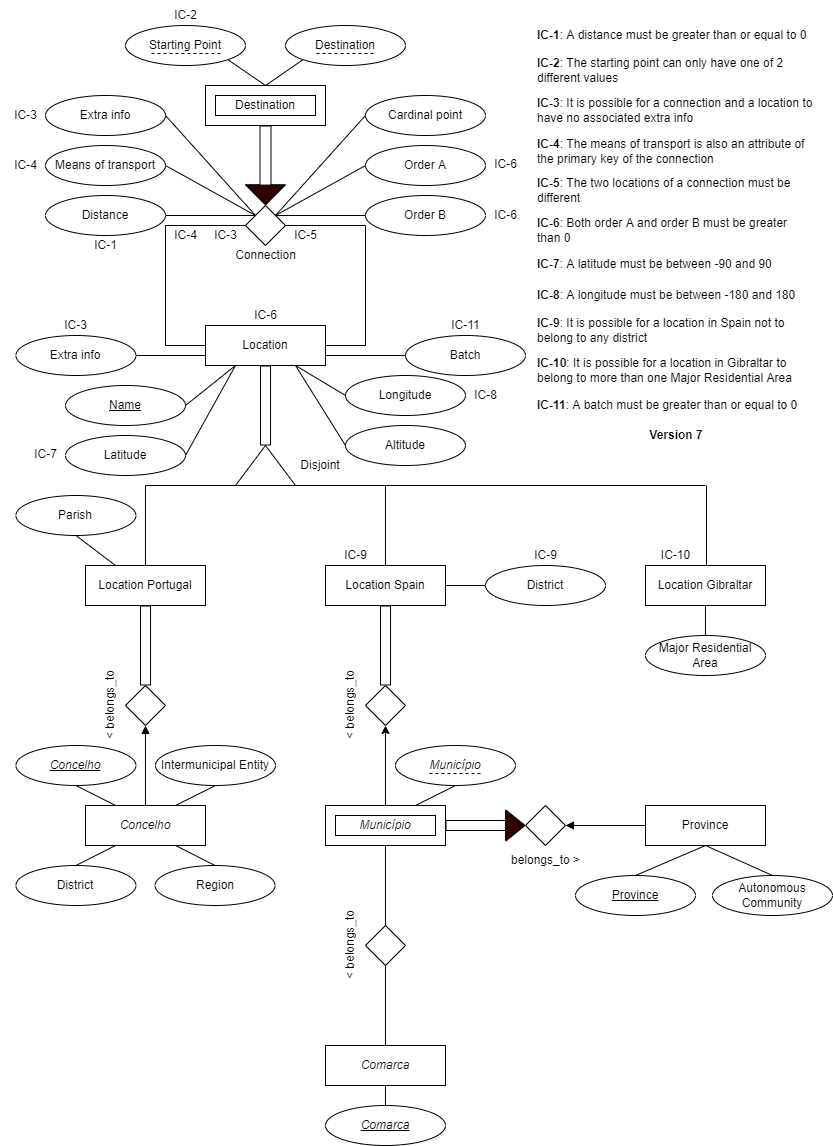
Earlier version of the draw.io export src/travel/database/e_r_diagram.png (migueldgoncalves/Viajar). Source tidied: cells renumbered, new cells last; positions are measured from the earlier drawing's top-left corner, leaving out a move shared by most shapes.
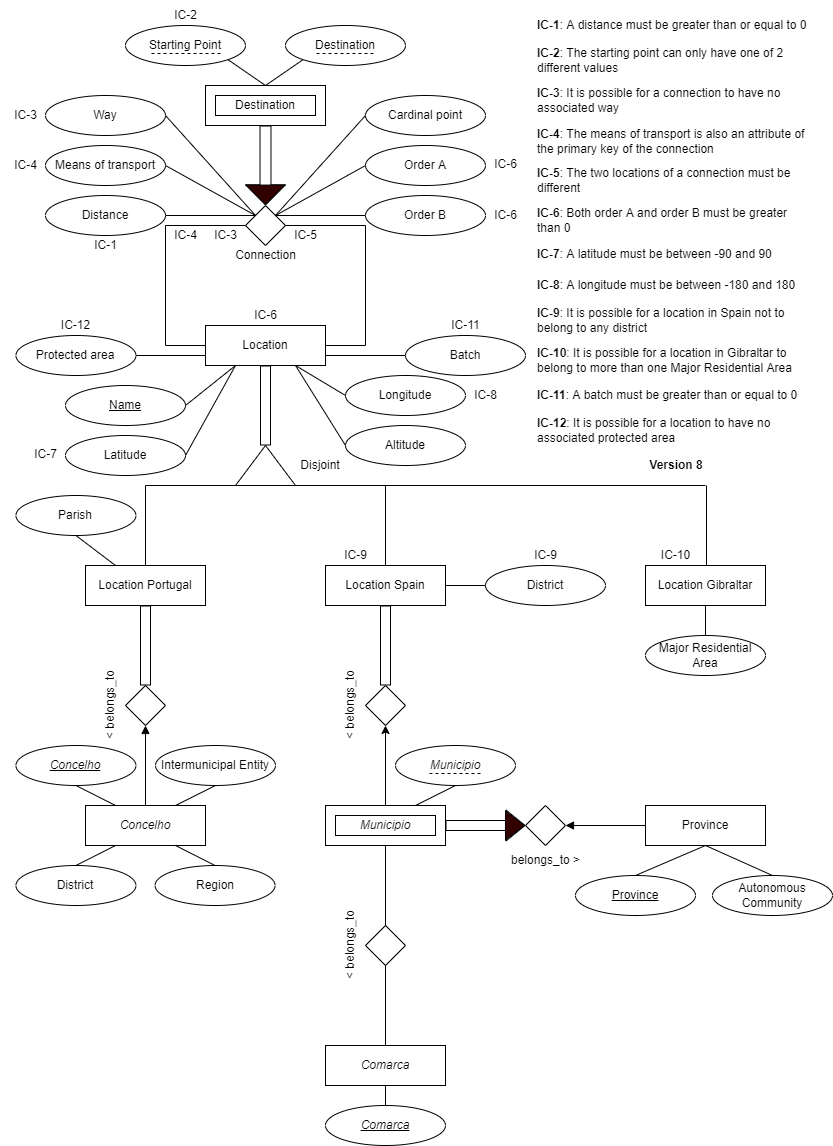
After the change.

Diff of the diagram source:
```diff
@@ -20,7 +20,7 @@
     <mxCell id="7" style="edgeStyle=none;rounded=1;jumpStyle=none;jettySize=auto;html=1;exitX=0.75;exitY=0;exitDx=0;exitDy=0;entryX=0.5;entryY=1;entryDx=0;entryDy=0;endArrow=none;endFill=0;" parent="1" edge="1" source="8" target="116">
       <mxGeometry relative="1" as="geometry" />
     </mxCell>
-    <mxCell id="8" value="&lt;i&gt;Município&lt;/i&gt;" style="rounded=0;whiteSpace=wrap;html=1;" parent="1" vertex="1">
+    <mxCell id="8" value="&lt;i&gt;Municipio&lt;/i&gt;" style="rounded=0;whiteSpace=wrap;html=1;" parent="1" vertex="1">
       <mxGeometry x="325" y="805" width="120" height="40" as="geometry" />
     </mxCell>
     <mxCell id="9" style="edgeStyle=orthogonalEdgeStyle;rounded=0;jettySize=auto;html=1;exitX=0;exitY=0.75;exitDx=0;exitDy=0;entryX=1;entryY=0.5;entryDx=0;entryDy=0;endArrow=none;endFill=0;" parent="1" edge="1" source="11" target="100">
@@ -196,7 +196,7 @@
     <mxCell id="57" value="Distance" style="ellipse;whiteSpace=wrap;html=1;fillColor=none;" parent="1" vertex="1">
       <mxGeometry x="45" y="195" width="120" height="40" as="geometry" />
     </mxCell>
-    <mxCell id="58" value="Extra info" style="ellipse;whiteSpace=wrap;html=1;fillColor=none;" parent="1" vertex="1">
+    <mxCell id="58" value="Way" style="ellipse;whiteSpace=wrap;html=1;fillColor=none;" parent="1" vertex="1">
       <mxGeometry x="45" y="95" width="120" height="40" as="geometry" />
     </mxCell>
     <mxCell id="59" value="Means of transport" style="ellipse;whiteSpace=wrap;html=1;fillColor=none;" parent="1" vertex="1">
@@ -269,19 +269,19 @@
       </mxGeometry>
     </mxCell>
     <mxCell id="80" value="&lt;b&gt;IC-1&lt;/b&gt;: A distance must be greater than or equal to 0" style="text;html=1;strokeColor=none;fillColor=none;align=left;verticalAlign=middle;whiteSpace=wrap;rounded=0;" parent="1" vertex="1">
-      <mxGeometry x="535" y="25" width="280" height="20" as="geometry" />
+      <mxGeometry x="535" y="15" width="280" height="20" as="geometry" />
     </mxCell>
     <mxCell id="81" value="IC-1" style="text;html=1;align=center;verticalAlign=middle;" parent="1" vertex="1">
       <mxGeometry x="80" y="230" width="50" height="30" as="geometry" />
     </mxCell>
     <mxCell id="82" value="&lt;b&gt;IC-2&lt;/b&gt;: The starting point can only have one of 2 different values" style="text;html=1;strokeColor=none;fillColor=none;align=left;verticalAlign=middle;whiteSpace=wrap;rounded=0;" parent="1" vertex="1">
-      <mxGeometry x="535" y="55" width="280" height="30" as="geometry" />
+      <mxGeometry x="535" y="45" width="280" height="30" as="geometry" />
     </mxCell>
     <mxCell id="83" value="IC-2" style="text;html=1;align=center;verticalAlign=middle;" parent="1" vertex="1">
       <mxGeometry x="160" width="50" height="30" as="geometry" />
     </mxCell>
-    <mxCell id="84" value="&lt;b&gt;IC-3&lt;/b&gt;: It is possible for a connection and a location to have no associated extra info" style="text;html=1;strokeColor=none;fillColor=none;align=left;verticalAlign=middle;whiteSpace=wrap;rounded=0;" parent="1" vertex="1">
-      <mxGeometry x="535" y="95" width="280" height="30" as="geometry" />
+    <mxCell id="84" value="&lt;b&gt;IC-3&lt;/b&gt;: It is possible for a connection to have no associated way" style="text;html=1;strokeColor=none;fillColor=none;align=left;verticalAlign=middle;whiteSpace=wrap;rounded=0;" parent="1" vertex="1">
+      <mxGeometry x="535" y="85" width="280" height="30" as="geometry" />
     </mxCell>
     <mxCell id="85" value="IC-3" style="text;html=1;align=center;verticalAlign=middle;" parent="1" vertex="1">
       <mxGeometry y="100" width="50" height="30" as="geometry" />
@@ -290,19 +290,19 @@
       <mxGeometry x="200" y="220" width="50" height="30" as="geometry" />
     </mxCell>
     <mxCell id="87" value="&lt;b&gt;IC-7&lt;/b&gt;: A latitude must be between -90 and 90" style="text;html=1;strokeColor=none;fillColor=none;align=left;verticalAlign=middle;whiteSpace=wrap;rounded=0;" parent="1" vertex="1">
-      <mxGeometry x="535" y="254" width="280" height="20" as="geometry" />
+      <mxGeometry x="535" y="244" width="280" height="20" as="geometry" />
     </mxCell>
     <mxCell id="88" value="IC-7" style="text;html=1;align=center;verticalAlign=middle;" parent="1" vertex="1">
       <mxGeometry x="20" y="439" width="50" height="30" as="geometry" />
     </mxCell>
     <mxCell id="89" value="&lt;b&gt;IC-8&lt;/b&gt;: A longitude must be between -180 and 180" style="text;html=1;strokeColor=none;fillColor=none;align=left;verticalAlign=middle;whiteSpace=wrap;rounded=0;" parent="1" vertex="1">
-      <mxGeometry x="535" y="285.1" width="280" height="20" as="geometry" />
+      <mxGeometry x="535" y="275.1" width="280" height="20" as="geometry" />
     </mxCell>
     <mxCell id="90" value="IC-8" style="text;html=1;align=center;verticalAlign=middle;" parent="1" vertex="1">
       <mxGeometry x="460" y="380" width="50" height="30" as="geometry" />
     </mxCell>
     <mxCell id="91" value="&lt;b&gt;IC-9&lt;/b&gt;: It is possible for a location in Spain not to belong to any district" style="text;html=1;strokeColor=none;fillColor=none;align=left;verticalAlign=middle;whiteSpace=wrap;rounded=0;" parent="1" vertex="1">
-      <mxGeometry x="535" y="315" width="280" height="30" as="geometry" />
+      <mxGeometry x="535" y="305" width="280" height="30" as="geometry" />
     </mxCell>
     <mxCell id="92" value="IC-9" style="text;html=1;align=center;verticalAlign=middle;" parent="1" vertex="1">
       <mxGeometry x="520" y="540" width="50" height="30" as="geometry" />
@@ -311,10 +311,10 @@
       <mxGeometry x="330" y="540" width="50" height="30" as="geometry" />
     </mxCell>
     <mxCell id="94" value="&lt;b&gt;IC-4&lt;/b&gt;: The means of transport is also an attribute of the primary key of the connection" style="text;html=1;strokeColor=none;fillColor=none;align=left;verticalAlign=middle;whiteSpace=wrap;rounded=0;" parent="1" vertex="1">
-      <mxGeometry x="535" y="136" width="280" height="29.1" as="geometry" />
+      <mxGeometry x="535" y="126" width="280" height="29.1" as="geometry" />
     </mxCell>
     <mxCell id="95" value="&lt;b&gt;IC-5&lt;/b&gt;: The two locations of a connection must be different" style="text;html=1;strokeColor=none;fillColor=none;align=left;verticalAlign=middle;whiteSpace=wrap;rounded=0;" parent="1" vertex="1">
-      <mxGeometry x="535" y="175" width="280" height="30.1" as="geometry" />
+      <mxGeometry x="535" y="165" width="280" height="30.1" as="geometry" />
     </mxCell>
     <mxCell id="96" value="IC-4" style="text;html=1;align=center;verticalAlign=middle;" parent="1" vertex="1">
       <mxGeometry y="150" width="50" height="30" as="geometry" />
@@ -328,10 +328,10 @@
     <mxCell id="99" value="IC-6" style="text;html=1;align=center;verticalAlign=middle;" parent="1" vertex="1">
       <mxGeometry x="240" y="300" width="50" height="30" as="geometry" />
     </mxCell>
-    <mxCell id="100" value="Extra info" style="ellipse;whiteSpace=wrap;html=1;fillColor=none;" parent="1" vertex="1">
+    <mxCell id="100" value="Protected area" style="ellipse;whiteSpace=wrap;html=1;fillColor=none;" parent="1" vertex="1">
       <mxGeometry x="15.4" y="335" width="120" height="40" as="geometry" />
     </mxCell>
-    <mxCell id="101" value="IC-3" style="text;html=1;align=center;verticalAlign=middle;" parent="1" vertex="1">
+    <mxCell id="101" value="IC-12" style="text;html=1;align=center;verticalAlign=middle;" parent="1" vertex="1">
       <mxGeometry x="50.4" y="310" width="50" height="30" as="geometry" />
     </mxCell>
     <mxCell id="102" value="Order A" style="ellipse;whiteSpace=wrap;html=1;fillColor=none;" parent="1" vertex="1">
@@ -347,7 +347,7 @@
       <mxGeometry relative="1" as="geometry" />
     </mxCell>
     <mxCell id="106" value="&lt;b&gt;IC-6&lt;/b&gt;: Both order A and order B must be greater than 0" style="text;html=1;strokeColor=none;fillColor=none;align=left;verticalAlign=middle;whiteSpace=wrap;rounded=0;" parent="1" vertex="1">
-      <mxGeometry x="535" y="215" width="270" height="30" as="geometry" />
+      <mxGeometry x="535" y="205" width="270" height="30" as="geometry" />
     </mxCell>
     <mxCell id="107" value="IC-6" style="text;html=1;align=center;verticalAlign=middle;" parent="1" vertex="1">
       <mxGeometry x="480" y="149" width="50" height="30" as="geometry" />
@@ -380,7 +380,7 @@
     <mxCell id="115" value="&amp;lt; belongs_to" style="text;html=1;align=center;verticalAlign=middle;rotation=-90;" parent="1" vertex="1">
       <mxGeometry x="305" y="930" width="90" height="30" as="geometry" />
     </mxCell>
-    <mxCell id="116" value="&lt;i&gt;Município&lt;/i&gt;" style="ellipse;whiteSpace=wrap;html=1;fillColor=none;" parent="1" vertex="1">
+    <mxCell id="116" value="&lt;i&gt;Municipio&lt;/i&gt;" style="ellipse;whiteSpace=wrap;html=1;fillColor=none;" parent="1" vertex="1">
       <mxGeometry x="395" y="745" width="120" height="40" as="geometry" />
     </mxCell>
     <mxCell id="117" style="triangle;whiteSpace=wrap;html=1;rotation=0;fillColor=#330000;" parent="1" vertex="1">
@@ -414,7 +414,7 @@
       <mxGeometry x="645" y="635" width="120" height="40" as="geometry" />
     </mxCell>
     <mxCell id="125" value="&lt;b&gt;IC-10&lt;/b&gt;: It is possible for a location in Gibraltar to belong to more than one Major Residential Area" style="text;html=1;strokeColor=none;fillColor=none;align=left;verticalAlign=middle;whiteSpace=wrap;rounded=0;" parent="1" vertex="1">
-      <mxGeometry x="535" y="355" width="280" height="30" as="geometry" />
+      <mxGeometry x="535" y="345" width="280" height="30" as="geometry" />
     </mxCell>
     <mxCell id="126" value="Batch" style="ellipse;whiteSpace=wrap;html=1;fillColor=none;" parent="1" vertex="1">
       <mxGeometry x="405" y="335" width="120" height="40" as="geometry" />
@@ -423,10 +423,13 @@
       <mxGeometry x="440" y="310" width="50" height="30" as="geometry" />
     </mxCell>
     <mxCell id="128" value="&lt;b&gt;IC-11&lt;/b&gt;: A batch must be greater than or equal to 0" style="text;html=1;strokeColor=none;fillColor=none;align=left;verticalAlign=middle;whiteSpace=wrap;rounded=0;" parent="1" vertex="1">
-      <mxGeometry x="535" y="395" width="280" height="20" as="geometry" />
+      <mxGeometry x="535" y="385" width="280" height="20" as="geometry" />
     </mxCell>
-    <mxCell id="129" value="&lt;b&gt;Version 7&lt;/b&gt;" style="text;html=1;strokeColor=none;fillColor=none;align=center;verticalAlign=middle;whiteSpace=wrap;rounded=0;" parent="1" vertex="1">
-      <mxGeometry x="536" y="425" width="280" height="20" as="geometry" />
+    <mxCell id="129" value="&lt;b&gt;Version 8&lt;/b&gt;" style="text;html=1;strokeColor=none;fillColor=none;align=center;verticalAlign=middle;whiteSpace=wrap;rounded=0;" parent="1" vertex="1">
+      <mxGeometry x="536" y="455" width="280" height="20" as="geometry" />
     </mxCell>
+    <mxCell id="130" value="&lt;b&gt;IC-12&lt;/b&gt;: It is possible for a location to have no associated protected area" style="text;html=1;strokeColor=none;fillColor=none;align=left;verticalAlign=middle;whiteSpace=wrap;rounded=0;" parent="1" vertex="1">
+      <mxGeometry x="535" y="415" width="280" height="30" as="geometry" />
+    </mxCell>
   </root>
 </mxGraphModel>
```
